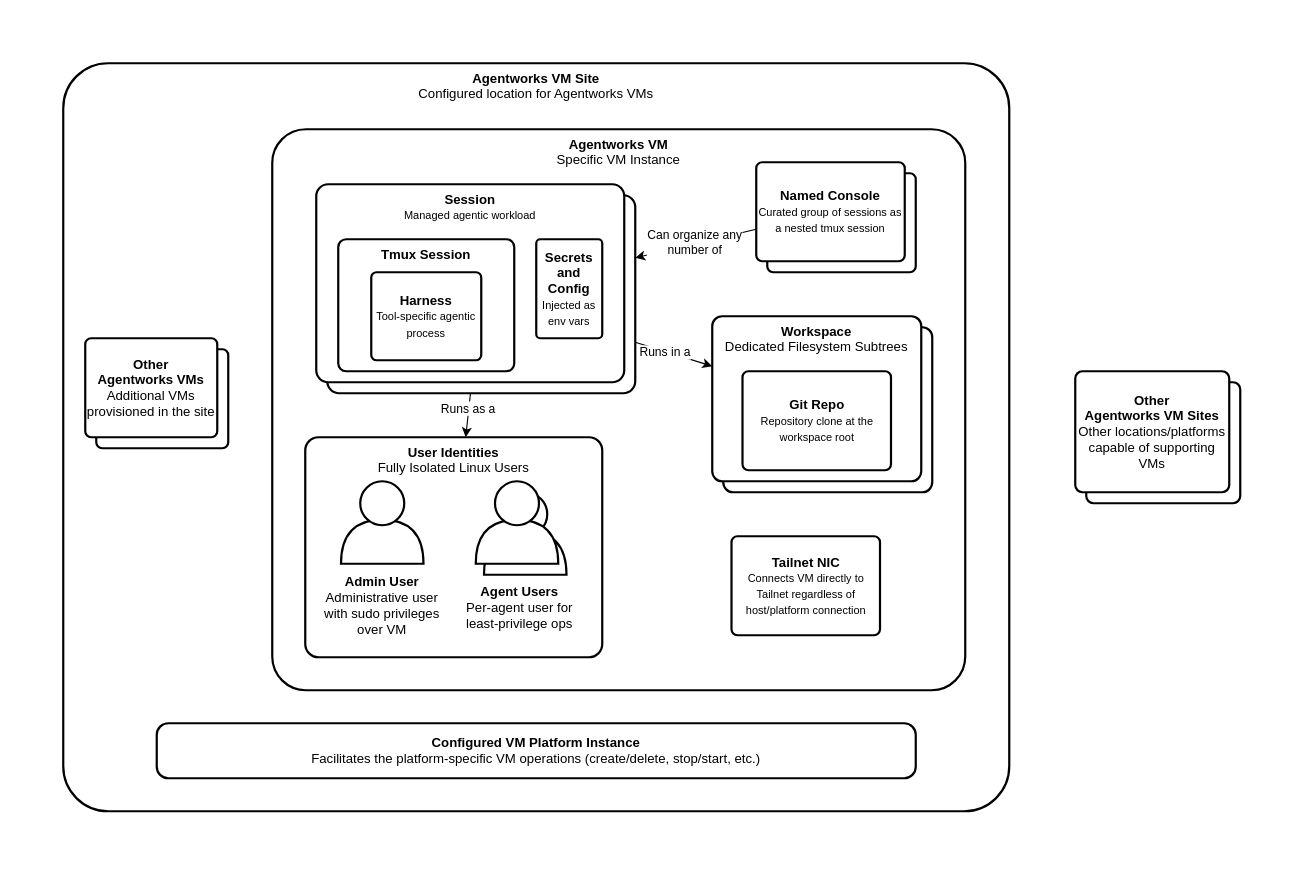
Above: page "VM Internals" (2 of 2) of docs/images/agw-diagrams.drawio in WayfarerLabs/agentworks (draw.io), before the change. Source tidied: cells renumbered, new cells numbered last; positions are measured from the earlier drawing's top-left corner, leaving out a move shared by most shapes. Both pictures are drawn from the tidied source at 110%, with x=0, y=0 at pixel (19, 19).
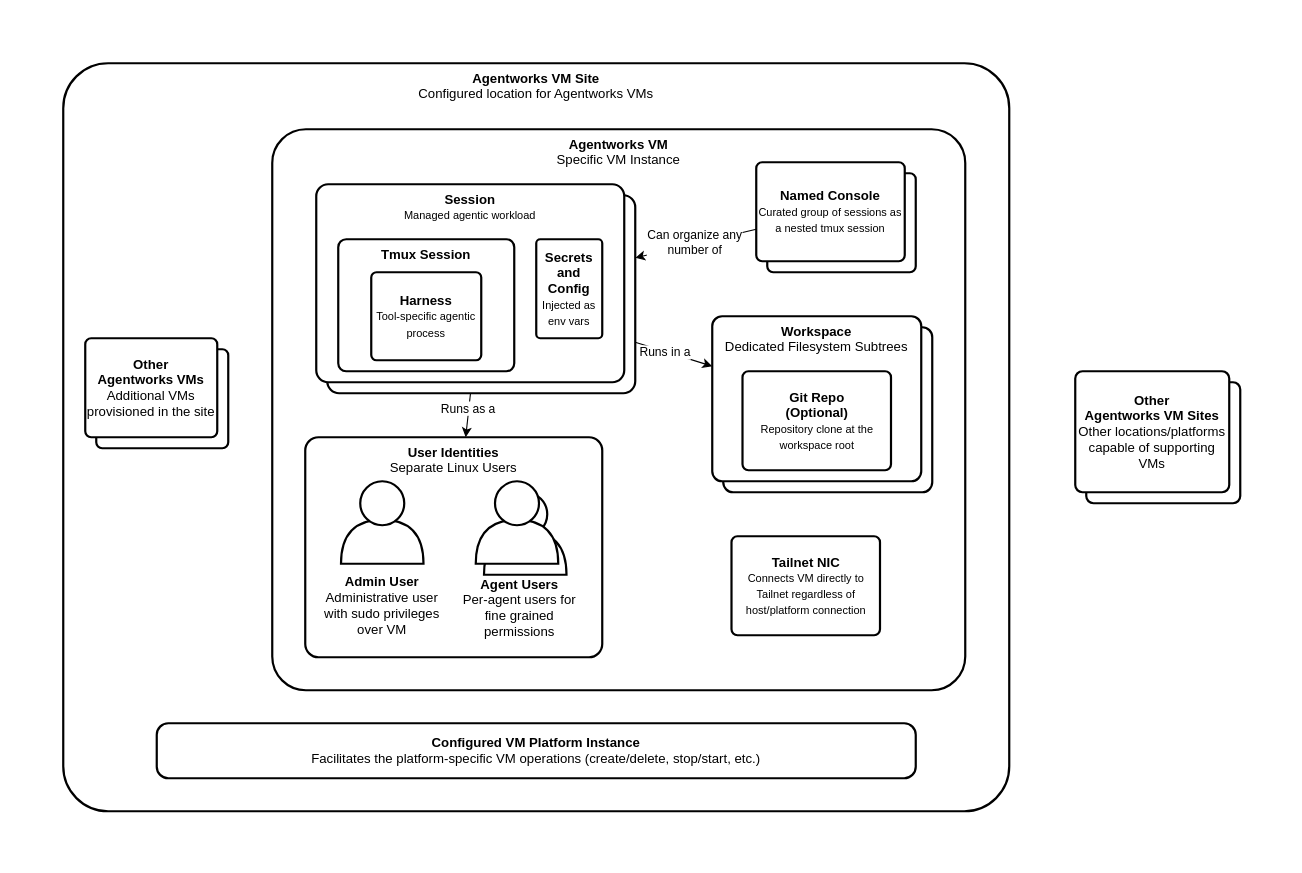
After the change.

The change refers to these unchanged cells:
```xml
<mxCell id="36" style="group;" parent="1" vertex="1">
  <mxGeometry x="630" y="270" width="200" height="160" as="geometry" />
</mxCell>
```

Change to the diagram source:
```diff
@@
-    <mxCell id="2" style="rounded=0;whiteSpace=wrap;html=1;strokeColor=none;" parent="1" vertex="1">
+    <mxCell id="2" style="rounded=1;whiteSpace=wrap;html=1;strokeColor=none;arcSize=6;" parent="1" vertex="1">
       <mxGeometry width="1150" height="760" as="geometry" />
     </mxCell>
@@
-    <mxCell id="12" value="&lt;div&gt;&lt;b&gt;User Identities&lt;/b&gt;&lt;/div&gt;&lt;div&gt;Fully Isolated Linux Users&lt;/div&gt;" style="rounded=1;whiteSpace=wrap;html=1;strokeWidth=2;align=center;verticalAlign=top;arcSize=6;" parent="1" vertex="1">
+    <mxCell id="12" value="&lt;div&gt;&lt;b&gt;User Identities&lt;/b&gt;&lt;/div&gt;&lt;div&gt;Separate Linux Users&lt;/div&gt;" style="rounded=1;whiteSpace=wrap;html=1;strokeWidth=2;align=center;verticalAlign=top;arcSize=6;" parent="1" vertex="1">
       <mxGeometry x="260" y="380" width="270" height="200" as="geometry" />
     </mxCell>
@@
-    <mxCell id="27" value="&lt;b&gt;Agent Users&lt;/b&gt;&lt;div&gt;Per-agent user for least-privilege ops&lt;/div&gt;" style="text;html=1;whiteSpace=wrap;strokeColor=none;fillColor=none;align=center;verticalAlign=middle;rounded=0;" parent="1" vertex="1">
+    <mxCell id="27" value="&lt;b&gt;Agent Users&lt;/b&gt;&lt;div&gt;Per-agent users for fine grained permissions&lt;/div&gt;" style="text;html=1;whiteSpace=wrap;strokeColor=none;fillColor=none;align=center;verticalAlign=middle;rounded=0;" parent="1" vertex="1">
       <mxGeometry x="400" y="520" width="110" height="30" as="geometry" />
     </mxCell>
@@
-    <mxCell id="39" value="&lt;div&gt;&lt;b&gt;Git Repo&lt;/b&gt;&lt;/div&gt;&lt;div&gt;&lt;font style=&quot;font-size: 10px;&quot;&gt;Repository clone at the workspace root&lt;/font&gt;&lt;/div&gt;" style="rounded=1;whiteSpace=wrap;html=1;strokeWidth=2;align=center;verticalAlign=middle;arcSize=6;" parent="36" vertex="1">
+    <mxCell id="39" value="&lt;div&gt;&lt;b style=&quot;background-color: transparent; color: light-dark(rgb(0, 0, 0), rgb(255, 255, 255));&quot;&gt;Git Repo&lt;/b&gt;&lt;/div&gt;&lt;div&gt;&lt;b&gt;(Optional)&lt;/b&gt;&lt;/div&gt;&lt;div&gt;&lt;font style=&quot;font-size: 10px;&quot;&gt;Repository clone at the workspace root&lt;/font&gt;&lt;/div&gt;" style="rounded=1;whiteSpace=wrap;html=1;strokeWidth=2;align=center;verticalAlign=middle;arcSize=6;" parent="36" vertex="1">
       <mxGeometry x="27.5" y="50" width="135" height="90" as="geometry" />
     </mxCell>
```
